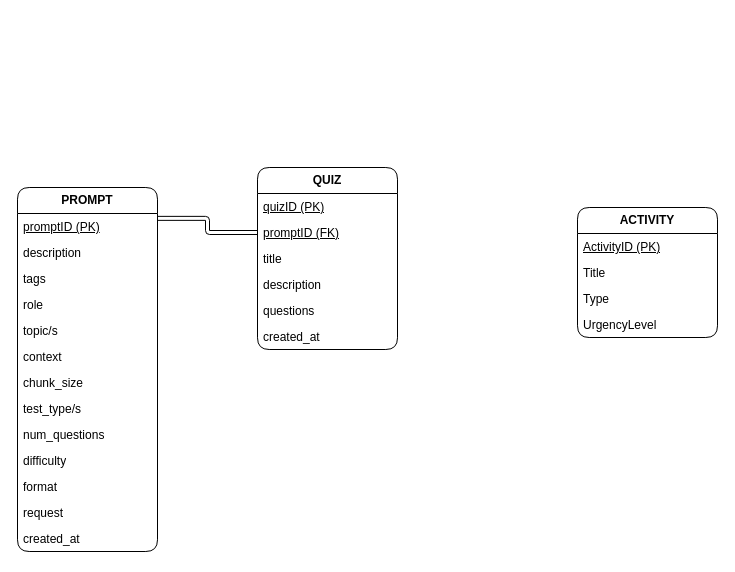
Earlier version of the draw.io diagram sketches/ERD.drawio (John-Patrick-Narvasa/Quiz-Chained-it). Source tidied: cells renumbered, new cells numbered last; positions are measured from the earlier drawing's top-left corner, leaving out a move shared by most shapes. Both pictures are drawn from the tidied source at 100%, with x=0, y=0 at pixel (17, 167).
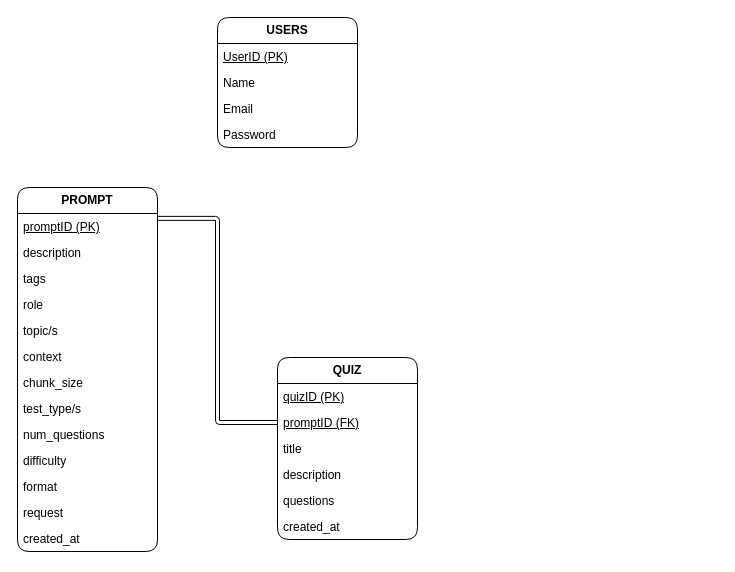
The same page after the edit.

What changed in the source:
```diff
@@
-    <mxCell id="2" value="&lt;b&gt;ACTIVITY&lt;/b&gt;" style="swimlane;fontStyle=0;horizontal=1;startSize=26;fillColor=none;whiteSpace=wrap;html=1;rounded=1;swimlaneLine=1;glass=0;shadow=0;" parent="1" vertex="1">
-      <mxGeometry x="560" y="40" width="140" height="130" as="geometry" />
+    <mxCell id="2" value="&lt;b&gt;USERS&lt;/b&gt;" style="swimlane;fontStyle=0;horizontal=1;startSize=26;fillColor=none;whiteSpace=wrap;html=1;rounded=1;swimlaneLine=1;glass=0;shadow=0;" parent="1" vertex="1">
+      <mxGeometry x="200" y="-150" width="140" height="130" as="geometry" />
     </mxCell>
-    <mxCell id="3" value="&lt;u&gt;ActivityID (PK)&lt;/u&gt;" style="text;strokeColor=none;fillColor=none;align=left;verticalAlign=top;spacingLeft=4;spacingRight=4;overflow=hidden;whiteSpace=wrap;html=1;rounded=1;swimlaneLine=1;glass=0;shadow=0;" parent="2" vertex="1">
+    <mxCell id="3" value="&lt;u&gt;UserID (PK)&lt;/u&gt;" style="text;strokeColor=none;fillColor=none;align=left;verticalAlign=top;spacingLeft=4;spacingRight=4;overflow=hidden;whiteSpace=wrap;html=1;rounded=1;swimlaneLine=1;glass=0;shadow=0;" parent="2" vertex="1">
       <mxGeometry y="26" width="140" height="26" as="geometry" />
     </mxCell>
-    <mxCell id="4" value="Title" style="text;strokeColor=none;fillColor=none;align=left;verticalAlign=top;spacingLeft=4;spacingRight=4;overflow=hidden;whiteSpace=wrap;html=1;rounded=1;swimlaneLine=1;glass=0;shadow=0;" parent="2" vertex="1">
+    <mxCell id="4" value="Name" style="text;strokeColor=none;fillColor=none;align=left;verticalAlign=top;spacingLeft=4;spacingRight=4;overflow=hidden;whiteSpace=wrap;html=1;rounded=1;swimlaneLine=1;glass=0;shadow=0;" parent="2" vertex="1">
       <mxGeometry y="52" width="140" height="26" as="geometry" />
     </mxCell>
-    <mxCell id="5" value="Type" style="text;strokeColor=none;fillColor=none;align=left;verticalAlign=top;spacingLeft=4;spacingRight=4;overflow=hidden;whiteSpace=wrap;html=1;rounded=1;swimlaneLine=1;glass=0;shadow=0;" parent="2" vertex="1">
+    <mxCell id="5" value="Email" style="text;strokeColor=none;fillColor=none;align=left;verticalAlign=top;spacingLeft=4;spacingRight=4;overflow=hidden;whiteSpace=wrap;html=1;rounded=1;swimlaneLine=1;glass=0;shadow=0;" parent="2" vertex="1">
       <mxGeometry y="78" width="140" height="26" as="geometry" />
     </mxCell>
-    <mxCell id="6" value="UrgencyLevel" style="text;strokeColor=none;fillColor=none;align=left;verticalAlign=top;spacingLeft=4;spacingRight=4;overflow=hidden;whiteSpace=wrap;html=1;rounded=1;swimlaneLine=1;glass=0;shadow=0;" parent="2" vertex="1">
+    <mxCell id="6" value="Password" style="text;strokeColor=none;fillColor=none;align=left;verticalAlign=top;spacingLeft=4;spacingRight=4;overflow=hidden;whiteSpace=wrap;html=1;rounded=1;swimlaneLine=1;glass=0;shadow=0;" parent="2" vertex="1">
       <mxGeometry y="104" width="140" height="26" as="geometry" />
     </mxCell>
     <mxCell id="7" value="&lt;b&gt;QUIZ&lt;/b&gt;" style="swimlane;fontStyle=0;horizontal=1;startSize=26;fillColor=none;whiteSpace=wrap;html=1;rounded=1;swimlaneLine=1;glass=0;shadow=0;" parent="1" vertex="1">
-      <mxGeometry x="240" width="140" height="182" as="geometry" />
+      <mxGeometry x="260" y="190" width="140" height="182" as="geometry" />
     </mxCell>
```
